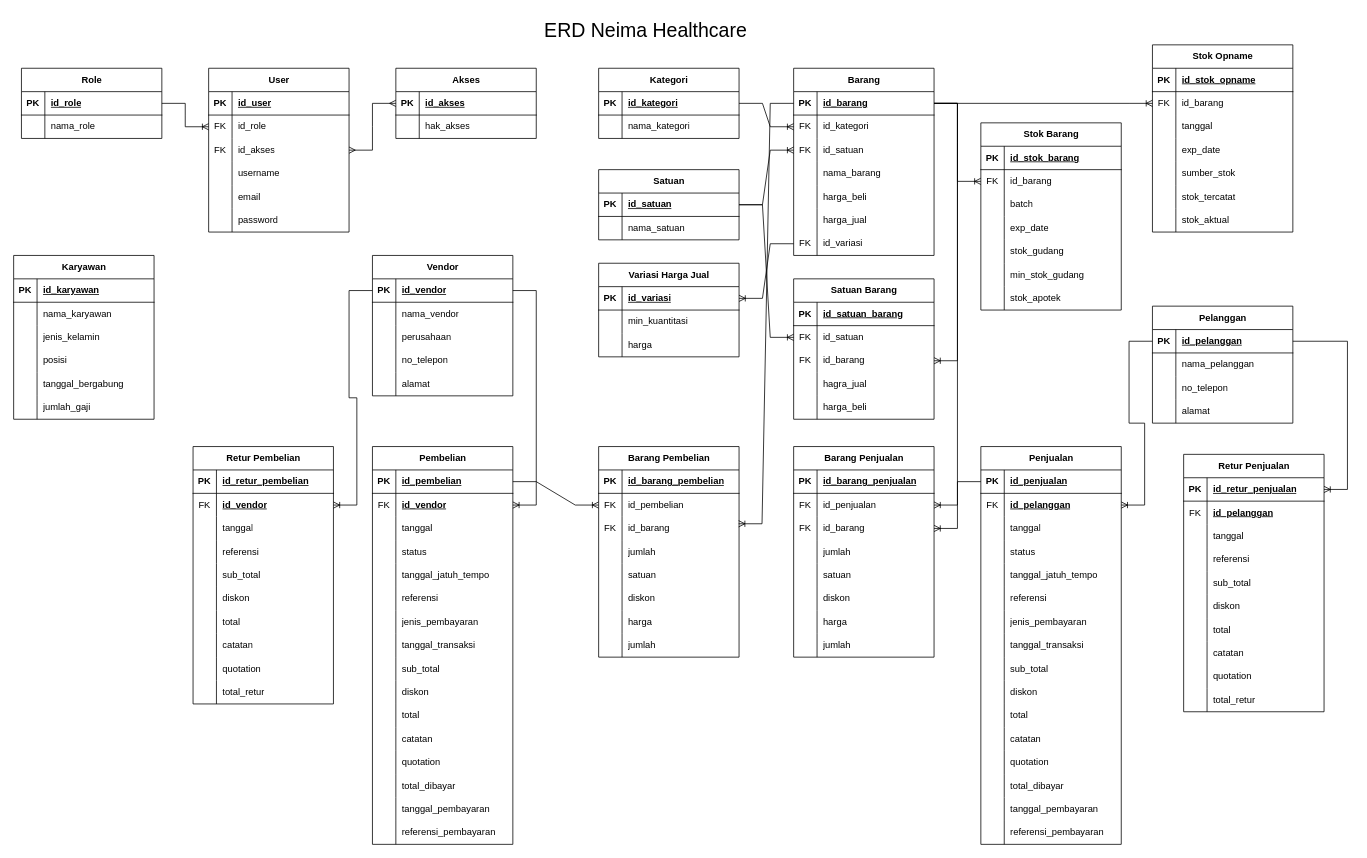
This is Untitled Diagram.drawio from m1tsuha4/apotek, a draw.io file, before an edit. Source tidied: cells renumbered, new cells numbered last; positions are measured from the earlier drawing's top-left corner, leaving out a move shared by most shapes. Both pictures are drawn from the tidied source at 78%, with x=0, y=0 at pixel (13, 13).
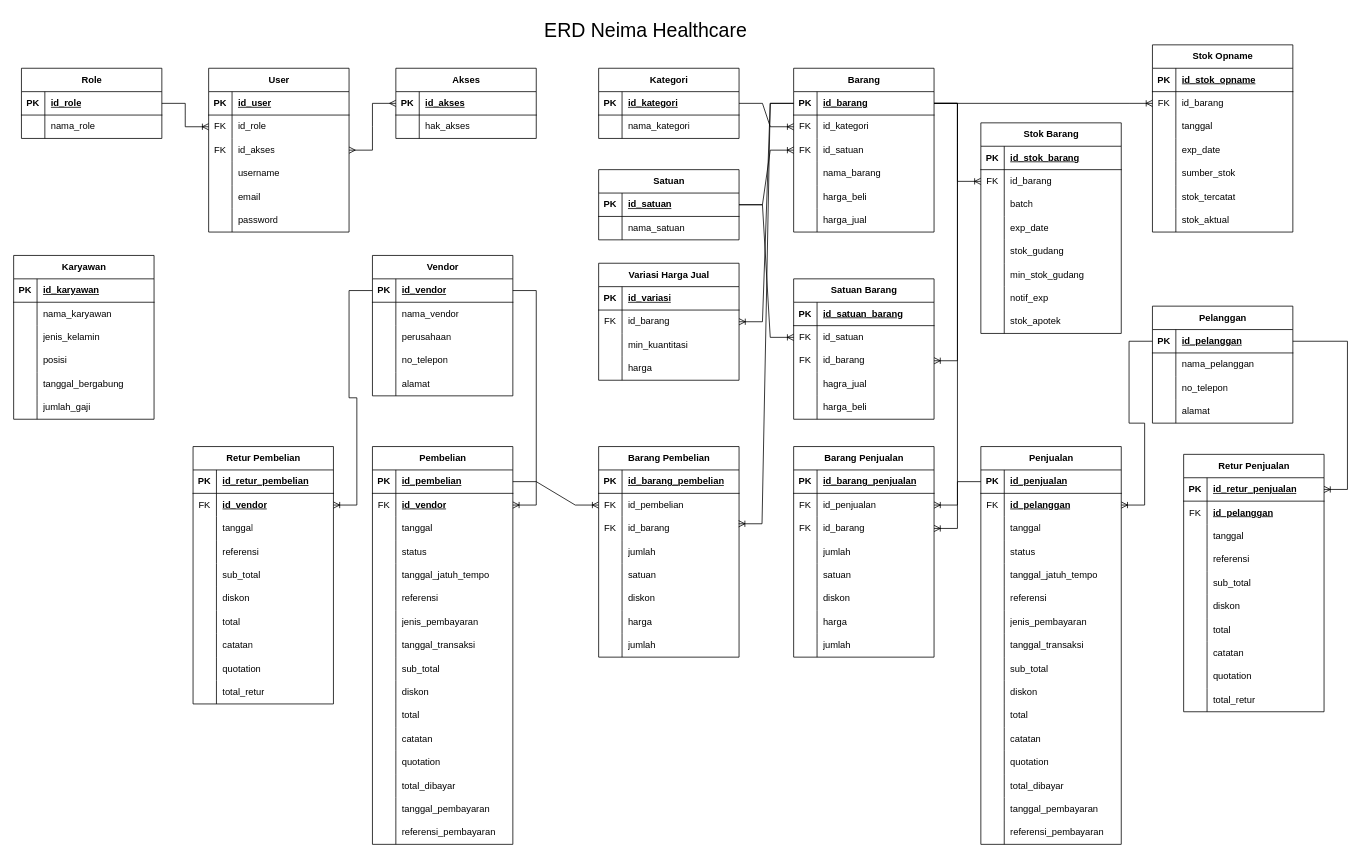
After the change.

Unchanged cells that the change refers to:
```xml
<mxCell id="10" style="shape=tableRow;horizontal=0;startSize=0;swimlaneHead=0;swimlaneBody=0;fillColor=none;points=[[0,0.5],[1,0.5]];portConstraint=eastwest;top=0;left=0;right=0;bottom=1;" parent="9" vertex="1">
  <mxGeometry y="30" width="180" height="30" as="geometry" />
</mxCell>
<mxCell id="196" style="shape=tableRow;horizontal=0;startSize=0;swimlaneHead=0;swimlaneBody=0;fillColor=none;points=[[0,0.5],[1,0.5]];portConstraint=eastwest;top=0;left=0;right=0;bottom=1;" parent="195" vertex="1">
  <mxGeometry y="30" width="180" height="30" as="geometry" />
</mxCell>
<mxCell id="199" style="shape=tableRow;horizontal=0;startSize=0;swimlaneHead=0;swimlaneBody=0;fillColor=none;points=[[0,0.5],[1,0.5]];portConstraint=eastwest;top=0;left=0;right=0;bottom=0;" parent="195" vertex="1">
  <mxGeometry y="60" width="180" height="30" as="geometry" />
</mxCell>
```

Diff of the diagram source:
```diff
@@
     <mxCell id="9" value="Barang" style="shape=table;startSize=30;childLayout=tableLayout;rowLines=0;fontStyle=1;align=center;html=1;" parent="1" vertex="1">
-      <mxGeometry x="1000" y="70" width="180" height="240" as="geometry" />
+      <mxGeometry x="1000" y="70" width="180" height="210" as="geometry" />
     </mxCell>
@@
-    <mxCell id="28" style="shape=tableRow;horizontal=0;startSize=0;swimlaneHead=0;swimlaneBody=0;fillColor=none;points=[[0,0.5],[1,0.5]];portConstraint=eastwest;top=0;left=0;right=0;bottom=0;" parent="9" vertex="1">
-      <mxGeometry y="210" width="180" height="30" as="geometry" />
-    </mxCell>
-    <mxCell id="29" value="FK" style="shape=partialRectangle;fillColor=none;top=0;left=0;bottom=0;right=0;overflow=hidden;whiteSpace=wrap;html=1;" parent="28" vertex="1">
-      <mxGeometry width="30" height="30" as="geometry" />
-    </mxCell>
-    <mxCell id="30" value="id_variasi" style="shape=partialRectangle;fillColor=none;top=0;left=0;bottom=0;right=0;align=left;spacingLeft=6;overflow=hidden;whiteSpace=wrap;html=1;" parent="28" vertex="1">
-      <mxGeometry x="30" width="150" height="30" as="geometry" />
-    </mxCell>
     <mxCell id="31" value="Stok Barang" style="shape=table;startSize=30;childLayout=tableLayout;rowLines=0;fontStyle=1;align=center;html=1;" parent="1" vertex="1">
-      <mxGeometry x="1240" y="140" width="180" height="240" as="geometry" />
+      <mxGeometry x="1240" y="140" width="180" height="270" as="geometry" />
     </mxCell>
@@
+    <mxCell id="28" style="shape=tableRow;horizontal=0;startSize=0;swimlaneHead=0;swimlaneBody=0;fillColor=none;points=[[0,0.5],[1,0.5]];portConstraint=eastwest;top=0;left=0;right=0;bottom=0;" parent="31" vertex="1">
+      <mxGeometry y="210" width="180" height="30" as="geometry" />
+    </mxCell>
+    <mxCell id="417" style="shape=partialRectangle;fillColor=none;top=0;left=0;bottom=0;right=0;overflow=hidden;whiteSpace=wrap;html=1;" parent="28" vertex="1">
+      <mxGeometry width="30" height="30" as="geometry" />
+    </mxCell>
+    <mxCell id="418" value="notif_exp" style="shape=partialRectangle;fillColor=none;top=0;left=0;bottom=0;right=0;align=left;spacingLeft=6;overflow=hidden;whiteSpace=wrap;html=1;" parent="28" vertex="1">
+      <mxGeometry x="30" width="150" height="30" as="geometry" />
+    </mxCell>
     <mxCell id="50" style="shape=tableRow;horizontal=0;startSize=0;swimlaneHead=0;swimlaneBody=0;fillColor=none;top=0;left=0;right=0;bottom=0;" parent="31" vertex="1">
-      <mxGeometry y="210" width="180" height="30" as="geometry" />
+      <mxGeometry y="240" width="180" height="30" as="geometry" />
     </mxCell>
@@
     <mxCell id="195" value="Variasi Harga Jual" style="shape=table;startSize=30;childLayout=tableLayout;rowLines=0;fontStyle=1;align=center;html=1;" parent="1" vertex="1">
-      <mxGeometry x="750" y="320" width="180" height="120" as="geometry" />
+      <mxGeometry x="750" y="320" width="180" height="150" as="geometry" />
     </mxCell>
@@
-    <mxCell id="200" style="shape=partialRectangle;fillColor=none;top=0;left=0;bottom=0;right=0;overflow=hidden;whiteSpace=wrap;html=1;" parent="199" vertex="1">
+    <mxCell id="200" value="FK" style="shape=partialRectangle;fillColor=none;top=0;left=0;bottom=0;right=0;overflow=hidden;whiteSpace=wrap;html=1;" parent="199" vertex="1">
       <mxGeometry width="30" height="30" as="geometry" />
     </mxCell>
-    <mxCell id="201" value="min_kuantitasi" style="shape=partialRectangle;fillColor=none;top=0;left=0;bottom=0;right=0;align=left;spacingLeft=6;overflow=hidden;whiteSpace=wrap;html=1;" parent="199" vertex="1">
+    <mxCell id="201" value="id_barang" style="shape=partialRectangle;fillColor=none;top=0;left=0;bottom=0;right=0;align=left;spacingLeft=6;overflow=hidden;whiteSpace=wrap;html=1;" parent="199" vertex="1">
       <mxGeometry x="30" width="150" height="30" as="geometry" />
     </mxCell>
+    <mxCell id="419" style="shape=tableRow;horizontal=0;startSize=0;swimlaneHead=0;swimlaneBody=0;fillColor=none;top=0;left=0;right=0;bottom=0;" parent="195" vertex="1">
+      <mxGeometry y="90" width="180" height="30" as="geometry" />
+    </mxCell>
+    <mxCell id="420" style="shape=partialRectangle;fillColor=none;top=0;left=0;bottom=0;right=0;overflow=hidden;whiteSpace=wrap;html=1;" parent="419" vertex="1">
+      <mxGeometry width="30" height="30" as="geometry" />
+    </mxCell>
+    <mxCell id="421" value="min_kuantitasi" style="shape=partialRectangle;fillColor=none;top=0;left=0;bottom=0;right=0;align=left;spacingLeft=6;overflow=hidden;whiteSpace=wrap;html=1;" parent="419" vertex="1">
+      <mxGeometry x="30" width="150" height="30" as="geometry" />
+    </mxCell>
     <mxCell id="202" style="shape=tableRow;horizontal=0;startSize=0;swimlaneHead=0;swimlaneBody=0;fillColor=none;top=0;left=0;right=0;bottom=0;" parent="195" vertex="1">
-      <mxGeometry y="90" width="180" height="30" as="geometry" />
+      <mxGeometry y="120" width="180" height="30" as="geometry" />
     </mxCell>
@@
-    <mxCell id="205" style="edgeStyle=entityRelationEdgeStyle;fontSize=12;html=1;endArrow=ERoneToMany;rounded=0;entryX=1;entryY=0.5;entryDx=0;entryDy=0;exitX=0;exitY=0.5;exitDx=0;exitDy=0;" parent="1" edge="1" source="28" target="196">
+    <mxCell id="205" style="edgeStyle=entityRelationEdgeStyle;fontSize=12;html=1;endArrow=ERoneToMany;rounded=0;entryX=1;entryY=0.5;entryDx=0;entryDy=0;exitX=0;exitY=0.5;exitDx=0;exitDy=0;" parent="1" edge="1" source="10" target="199">
       <mxGeometry relative="1" as="geometry" />
     </mxCell>
```
